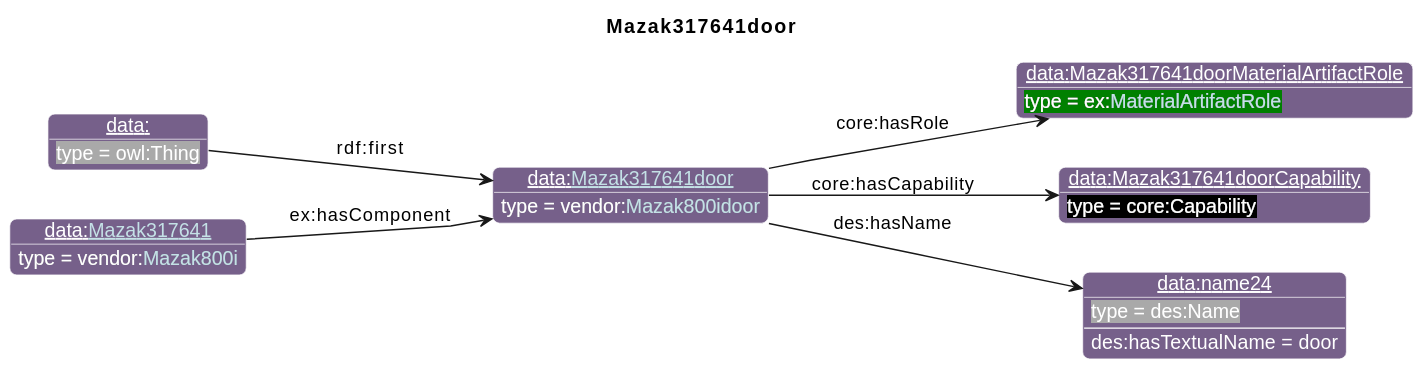
Above: diagrams/Mazak317641door.svg in iofoundry/example-syseng-mtconnect (PlantUML), before the change.
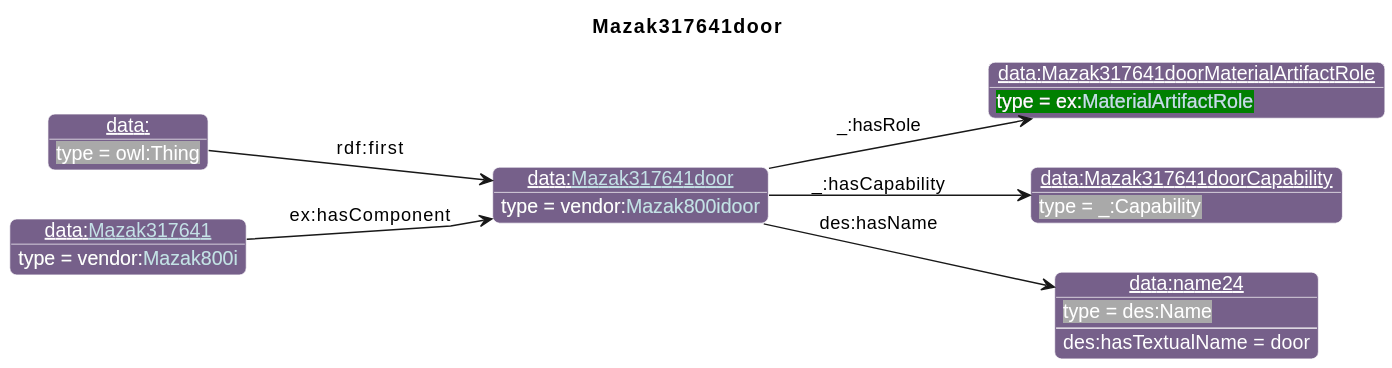
After the commit.

The edit, as a diff of the source:
```diff
@@ -27,12 +27,12 @@
       }
 individual(o0, data:[[./Mazak317641door.html Mazak317641door]], vendor:[[../Mazak.html#Mazak800idoor Mazak800idoor]])
 individual(o1, data:Mazak317641doorMaterialArtifactRole, ex:[[../Example.html#MaterialArtifactRole MaterialArtifactRole]])
-individual(o2, data:Mazak317641doorCapability, core:Capability)
+individual(o2, data:Mazak317641doorCapability, _:Capability)
 individual(o3, data:name24, des:Name)
 individual(o4, data:, owl:Thing)
 individual(o5, data:[[./Mazak317641.html Mazak317641]], vendor:[[../Mazak.html#Mazak800i Mazak800i]])
-property(o0, "core:hasRole", o1)
-property(o0, "core:hasCapability", o2)
+property(o0, "_:hasRole", o1)
+property(o0, "_:hasCapability", o2)
 property(o0, "des:hasName", o3)
 data(o3, "des:hasTextualName", "door")
 property(o4, "rdf:first", o0)
```
